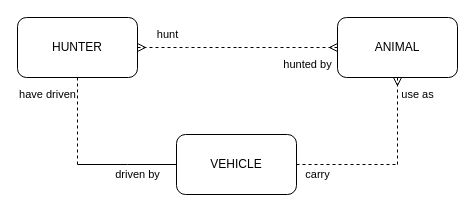
Earlier version of the draw.io diagram MatrixDiagramWeek3.drawio (iamdaniaph/ERD). Source tidied: cells renumbered, new cells numbered last; positions are measured from the earlier drawing's top-left corner, leaving out a move shared by most shapes. Both pictures are drawn from the tidied source at 100%, with x=0, y=0 at pixel (17, 17).
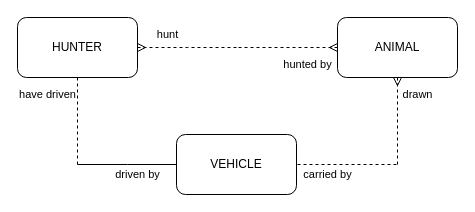
Above is the later version.

Change to the diagram source:
```diff
@@
 <mxGraphModel>
   <root>
     <mxCell id="0" />
     <mxCell id="1" parent="0" />
     <mxCell id="2" value="hunt" style="edgeStyle=orthogonalEdgeStyle;rounded=0;jettySize=auto;html=1;exitX=1;exitY=0.5;exitDx=0;exitDy=0;endArrow=none;endFill=0;startArrow=ERmany;startFill=0;dashed=1;" parent="1" edge="1" source="4">
       <mxGeometry x="-0.4" y="13" relative="1" as="geometry">
         <mxPoint x="220" y="30" as="targetPoint" />
       </mxGeometry>
     </mxCell>
     <mxCell id="3" value="have driven" style="edgeStyle=orthogonalEdgeStyle;rounded=0;jettySize=auto;html=1;exitX=0.5;exitY=1;exitDx=0;exitDy=0;dashed=1;endArrow=none;endFill=0;" parent="1" edge="1" source="4">
       <mxGeometry x="-0.61" y="-30" relative="1" as="geometry">
         <mxPoint x="60" y="147" as="targetPoint" />
       </mxGeometry>
     </mxCell>
     <mxCell id="4" value="HUNTER" style="rounded=1;whiteSpace=wrap;html=1;" parent="1" vertex="1">
       <mxGeometry width="120" height="60" as="geometry" />
     </mxCell>
-    <mxCell id="5" value="carry" style="edgeStyle=orthogonalEdgeStyle;rounded=0;jettySize=auto;html=1;exitX=1;exitY=0.5;exitDx=0;exitDy=0;endArrow=none;endFill=0;dashed=1;" parent="1" edge="1" source="7">
-      <mxGeometry x="-0.58" y="-10" relative="1" as="geometry">
-        <mxPoint x="380" y="147" as="targetPoint" />
+    <mxCell id="5" value="carried by" style="edgeStyle=orthogonalEdgeStyle;rounded=0;orthogonalLoop=1;jettySize=auto;html=1;exitX=1;exitY=0.5;exitDx=0;exitDy=0;endArrow=none;endFill=0;dashed=1;" parent="1" edge="1">
+      <mxGeometry x="-0.41" y="-10" relative="1" as="geometry">
+        <mxPoint x="280" y="147" as="sourcePoint" />
+        <mxPoint x="381" y="147" as="targetPoint" />
       </mxGeometry>
     </mxCell>
     <mxCell id="6" value="driven by" style="edgeStyle=orthogonalEdgeStyle;rounded=0;jettySize=auto;html=1;exitX=0;exitY=0.5;exitDx=0;exitDy=0;endArrow=none;endFill=0;" parent="1" edge="1" source="7">
       <mxGeometry x="-0.21" y="10" relative="1" as="geometry">
         <mxPoint x="60" y="147" as="targetPoint" />
       </mxGeometry>
     </mxCell>
     <mxCell id="7" value="VEHICLE" style="rounded=1;whiteSpace=wrap;html=1;" parent="1" vertex="1">
       <mxGeometry x="159" y="117" width="120" height="60" as="geometry" />
     </mxCell>
-    <mxCell id="8" value="use as" style="edgeStyle=orthogonalEdgeStyle;rounded=0;jettySize=auto;html=1;exitX=0.5;exitY=1;exitDx=0;exitDy=0;dashed=1;endArrow=none;endFill=0;startArrow=ERmany;startFill=0;" parent="1" edge="1" source="10">
+    <mxCell id="8" value="drawn" style="edgeStyle=orthogonalEdgeStyle;rounded=0;jettySize=auto;html=1;exitX=0.5;exitY=1;exitDx=0;exitDy=0;dashed=1;endArrow=none;endFill=0;startArrow=ERmany;startFill=0;" parent="1" edge="1" source="10">
       <mxGeometry x="-0.61" y="20" relative="1" as="geometry">
         <mxPoint x="380" y="147" as="targetPoint" />
       </mxGeometry>
     </mxCell>
     <mxCell id="9" value="hunted by" style="edgeStyle=orthogonalEdgeStyle;rounded=0;jettySize=auto;html=1;endArrow=none;endFill=0;startArrow=ERmany;startFill=0;dashed=1;" parent="1" edge="1" source="10">
       <mxGeometry x="-0.4" y="17" relative="1" as="geometry">
         <mxPoint x="220" y="30" as="targetPoint" />
       </mxGeometry>
     </mxCell>
     <mxCell id="10" value="ANIMAL" style="rounded=1;whiteSpace=wrap;html=1;" parent="1" vertex="1">
       <mxGeometry x="320" width="120" height="60" as="geometry" />
     </mxCell>
   </root>
 </mxGraphModel>
```
